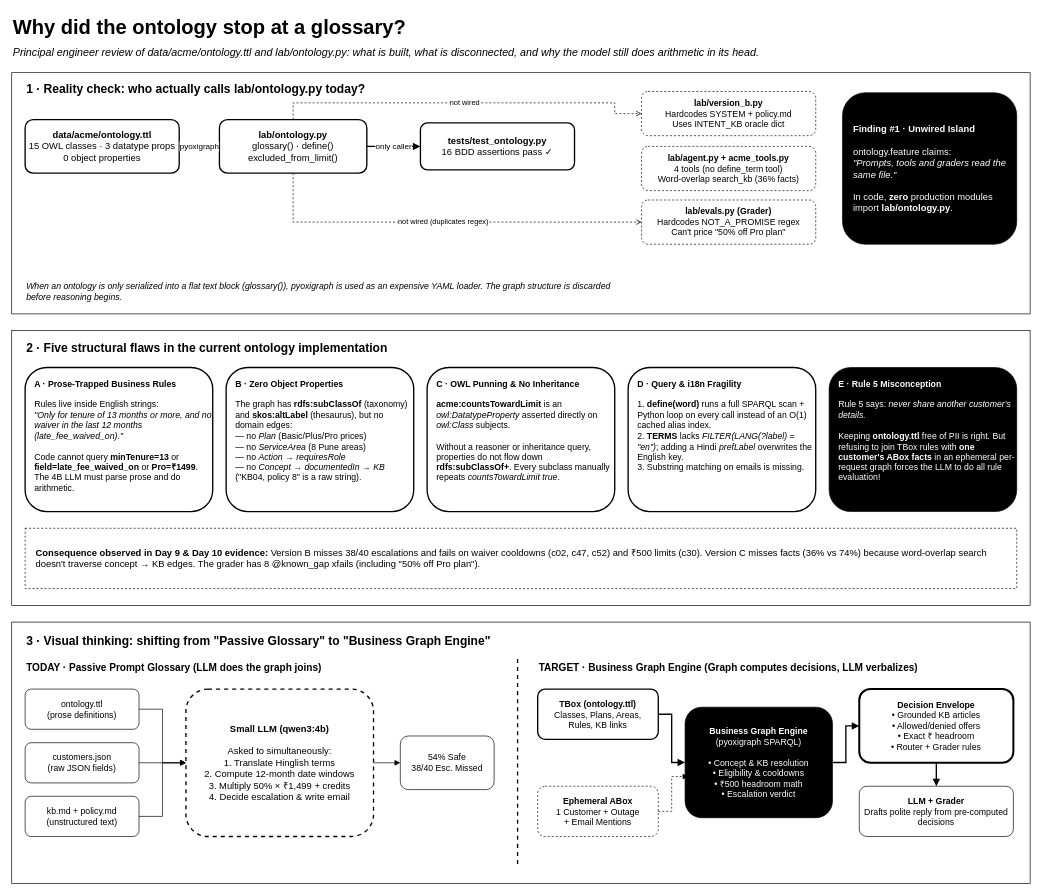
Before: page "1 · Baseline review (before 79a83bf)" (1 of 5) of fde-first-principles/1-measure-before-you-believe/08-agent-loop-from-scratch/business-graph-engine-plan.drawio in raj-champaneriya-ibm/continuous-learning, a draw.io diagram. Source tidied: cells renumbered, new cells numbered last; positions are measured from the earlier drawing's top-left corner, leaving out a move shared by most shapes. Both pictures are drawn from the tidied source at 67%, with x=0, y=0 at pixel (11, 11).
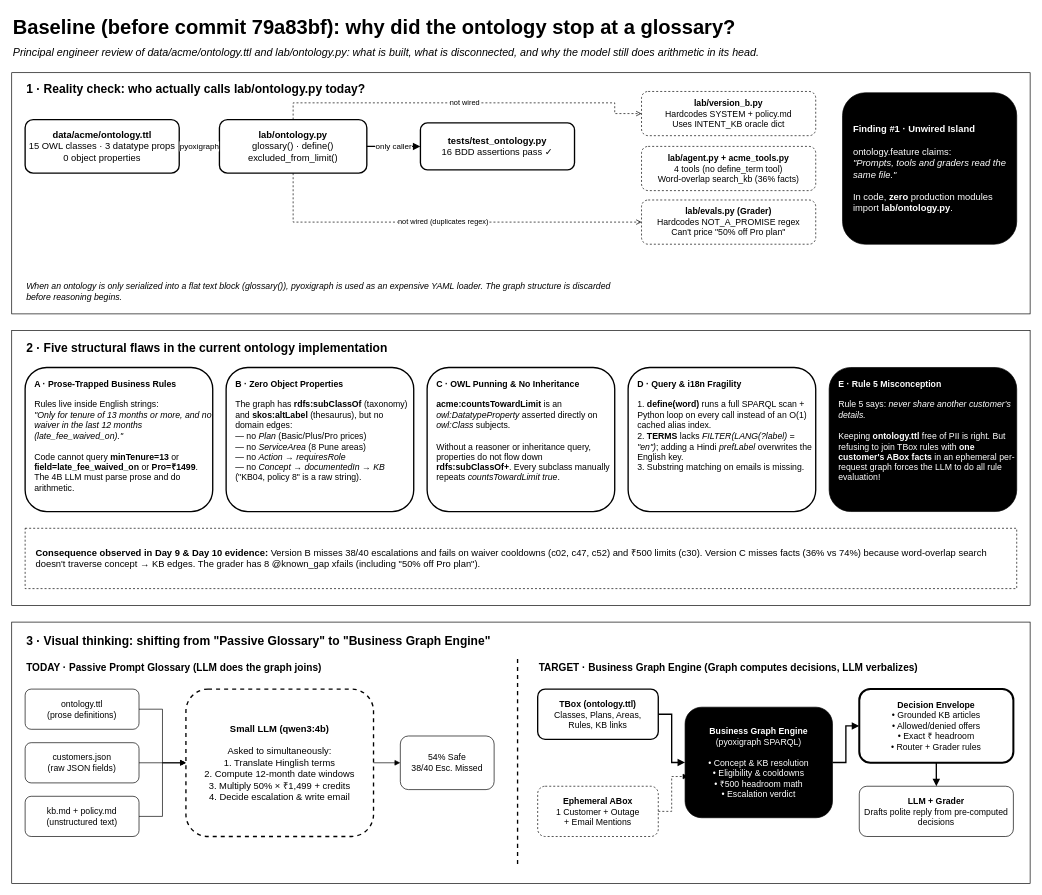
The same diagram, later.

Diff of the diagram source:
```diff
@@
-    <mxCell id="2" value="Why did the ontology stop at a glossary?" style="text;html=1;align=left;verticalAlign=middle;whiteSpace=wrap;fontFamily=Helvetica;fontSize=30;fontStyle=1;fontColor=#000000;" parent="1" vertex="1">
+    <mxCell id="2" value="Baseline (before commit 79a83bf): why did the ontology stop at a glossary?" style="text;html=1;align=left;verticalAlign=middle;whiteSpace=wrap;fontFamily=Helvetica;fontSize=30;fontStyle=1;fontColor=#000000;" parent="1" vertex="1">
       <mxGeometry width="1520" height="44" as="geometry" />
     </mxCell>
```
